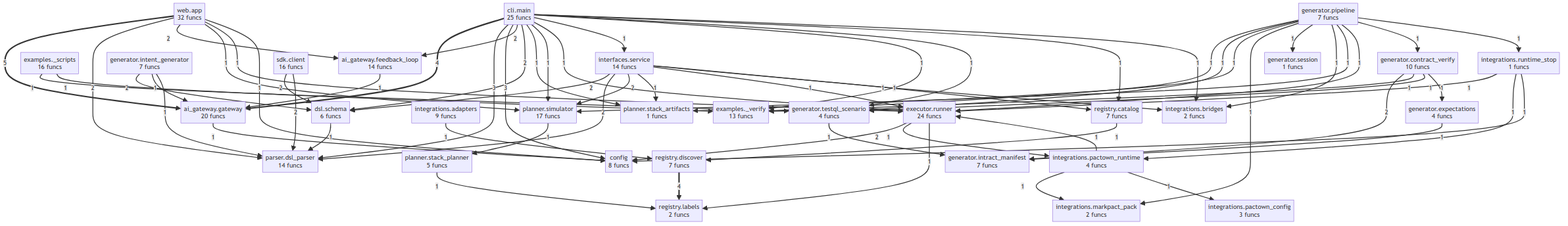
semcod/iterun keeps this Mermaid diagram as project/compact_flow.png. Above is the earlier version. Its source is kept beside it as project/compact_flow.mmd. Its diagram source:
```mermaid
flowchart TD
    ai_gateway__feedback_loop["ai_gateway.feedback_loop<br/>14 funcs"]
    ai_gateway__gateway["ai_gateway.gateway<br/>20 funcs"]
    cli__main["cli.main<br/>25 funcs"]
    config["config<br/>8 funcs"]
    dsl__schema["dsl.schema<br/>6 funcs"]
    examples___scripts["examples._scripts<br/>16 funcs"]
    examples___verify["examples._verify<br/>13 funcs"]
    executor__runner["executor.runner<br/>24 funcs"]
    generator__contract_verify["generator.contract_verify<br/>10 funcs"]
    generator__expectations["generator.expectations<br/>4 funcs"]
    generator__intent_generator["generator.intent_generator<br/>7 funcs"]
    generator__intract_manifest["generator.intract_manifest<br/>7 funcs"]
    generator__pipeline["generator.pipeline<br/>7 funcs"]
    generator__session["generator.session<br/>1 funcs"]
    generator__testql_scenario["generator.testql_scenario<br/>4 funcs"]
    integrations__adapters["integrations.adapters<br/>9 funcs"]
    integrations__bridges["integrations.bridges<br/>2 funcs"]
    integrations__markpact_pack["integrations.markpact_pack<br/>2 funcs"]
    integrations__pactown_config["integrations.pactown_config<br/>3 funcs"]
    integrations__pactown_runtime["integrations.pactown_runtime<br/>4 funcs"]
    integrations__runtime_stop["integrations.runtime_stop<br/>1 funcs"]
    interfaces__service["interfaces.service<br/>14 funcs"]
    parser__dsl_parser["parser.dsl_parser<br/>14 funcs"]
    planner__simulator["planner.simulator<br/>17 funcs"]
    planner__stack_artifacts["planner.stack_artifacts<br/>1 funcs"]
    planner__stack_planner["planner.stack_planner<br/>5 funcs"]
    registry__catalog["registry.catalog<br/>7 funcs"]
    registry__discover["registry.discover<br/>7 funcs"]
    registry__labels["registry.labels<br/>2 funcs"]
    sdk__client["sdk.client<br/>16 funcs"]
    web__app["web.app<br/>32 funcs"]
    web__app ==>|5| ai_gateway__gateway
    registry__discover ==>|4| registry__labels
    cli__main ==>|4| ai_gateway__gateway
    cli__main -->|3| parser__dsl_parser
    cli__main -->|3| config
    interfaces__service -->|2| dsl__schema
    interfaces__service -->|2| parser__dsl_parser
    interfaces__service -->|2| planner__simulator
    executor__runner -->|2| config
    sdk__client -->|2| dsl__schema
    sdk__client -->|2| parser__dsl_parser
    generator__contract_verify -->|2| generator__intract_manifest
    cli__main -->|2| ai_gateway__feedback_loop
    cli__main -->|2| dsl__schema
    generator__intent_generator -->|2| dsl__schema
    web__app -->|2| parser__dsl_parser
    web__app -->|2| ai_gateway__feedback_loop
    generator__expectations -->|1| generator__intract_manifest
    generator__testql_scenario -->|1| generator__intract_manifest
    examples___scripts -->|1| generator__testql_scenario
    examples___scripts -->|1| examples___verify
    ai_gateway__gateway -->|1| config
    ai_gateway__feedback_loop -->|1| ai_gateway__gateway
    planner__simulator -->|1| planner__stack_planner
    registry__catalog -->|1| registry__discover
    planner__stack_planner -->|1| registry__labels
    interfaces__service -->|1| planner__stack_artifacts
    interfaces__service -->|1| executor__runner
    interfaces__service -->|1| integrations__bridges
    interfaces__service -->|1| registry__catalog
    executor__runner -->|1| integrations__pactown_runtime
    executor__runner -->|1| registry__labels
    integrations__runtime_stop -->|1| executor__runner
    integrations__runtime_stop -->|1| integrations__pactown_runtime
    integrations__runtime_stop -->|1| config
    integrations__adapters -->|1| registry__discover
    integrations__pactown_runtime -->|1| executor__runner
    integrations__pactown_runtime -->|1| integrations__markpact_pack
    integrations__pactown_runtime -->|1| integrations__pactown_config
    generator__contract_verify -->|1| examples___verify
    generator__contract_verify -->|1| generator__testql_scenario
    generator__contract_verify -->|1| generator__expectations
    cli__main -->|1| planner__stack_artifacts
    cli__main -->|1| planner__simulator
    cli__main -->|1| executor__runner
    cli__main -->|1| interfaces__service
    cli__main -->|1| examples___verify
    cli__main -->|1| generator__testql_scenario
    cli__main -->|1| registry__catalog
    cli__main -->|1| integrations__bridges
    generator__intent_generator -->|1| ai_gateway__gateway
    generator__intent_generator -->|1| parser__dsl_parser
    generator__pipeline -->|1| examples___verify
    generator__pipeline -->|1| generator__testql_scenario
    generator__pipeline -->|1| planner__stack_artifacts
    generator__pipeline -->|1| integrations__markpact_pack
    generator__pipeline -->|1| generator__session
    generator__pipeline -->|1| integrations__bridges
    generator__pipeline -->|1| planner__simulator
    generator__pipeline -->|1| executor__runner
    generator__pipeline -->|1| generator__contract_verify
    generator__pipeline -->|1| integrations__runtime_stop
    dsl__schema -->|1| parser__dsl_parser
    web__app -->|1| planner__simulator
    web__app -->|1| executor__runner
    web__app -->|1| config
```
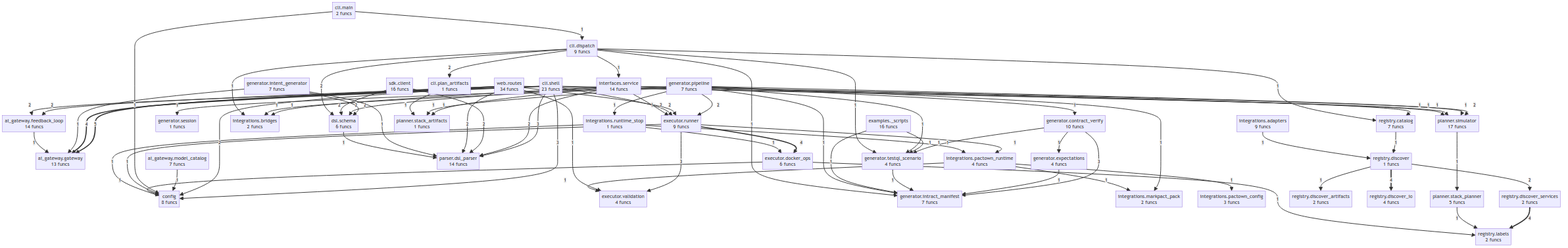
After the change.

Change to the diagram source:
```diff
@@ -1,12 +1,17 @@
 flowchart TD
     ai_gateway__feedback_loop["ai_gateway.feedback_loop<br/>14 funcs"]
-    ai_gateway__gateway["ai_gateway.gateway<br/>20 funcs"]
-    cli__main["cli.main<br/>25 funcs"]
+    ai_gateway__gateway["ai_gateway.gateway<br/>13 funcs"]
+    ai_gateway__model_catalog["ai_gateway.model_catalog<br/>7 funcs"]
+    cli__dispatch["cli.dispatch<br/>9 funcs"]
+    cli__main["cli.main<br/>2 funcs"]
+    cli__plan_artifacts["cli.plan_artifacts<br/>1 funcs"]
+    cli__shell["cli.shell<br/>23 funcs"]
     config["config<br/>8 funcs"]
     dsl__schema["dsl.schema<br/>6 funcs"]
     examples___scripts["examples._scripts<br/>16 funcs"]
-    examples___verify["examples._verify<br/>13 funcs"]
-    executor__runner["executor.runner<br/>24 funcs"]
+    executor__docker_ops["executor.docker_ops<br/>6 funcs"]
+    executor__runner["executor.runner<br/>9 funcs"]
+    executor__validation["executor.validation<br/>4 funcs"]
     generator__contract_verify["generator.contract_verify<br/>10 funcs"]
     generator__expectations["generator.expectations<br/>4 funcs"]
     generator__intent_generator["generator.intent_generator<br/>7 funcs"]
@@ -26,73 +31,85 @@
     planner__stack_artifacts["planner.stack_artifacts<br/>1 funcs"]
     planner__stack_planner["planner.stack_planner<br/>5 funcs"]
     registry__catalog["registry.catalog<br/>7 funcs"]
-    registry__discover["registry.discover<br/>7 funcs"]
+    registry__discover["registry.discover<br/>1 funcs"]
+    registry__discover_artifacts["registry.discover_artifacts<br/>2 funcs"]
+    registry__discover_io["registry.discover_io<br/>4 funcs"]
+    registry__discover_services["registry.discover_services<br/>2 funcs"]
     registry__labels["registry.labels<br/>2 funcs"]
     sdk__client["sdk.client<br/>16 funcs"]
-    web__app["web.app<br/>32 funcs"]
-    web__app ==>|5| ai_gateway__gateway
-    registry__discover ==>|4| registry__labels
-    cli__main ==>|4| ai_gateway__gateway
-    cli__main -->|3| parser__dsl_parser
-    cli__main -->|3| config
+    web__routes["web.routes<br/>34 funcs"]
+    web__routes ==>|5| ai_gateway__gateway
+    cli__shell ==>|4| ai_gateway__gateway
+    registry__discover_services ==>|4| registry__labels
+    registry__discover ==>|4| registry__discover_io
+    executor__runner ==>|4| executor__docker_ops
+    generator__contract_verify -->|3| generator__intract_manifest
+    cli__shell -->|3| parser__dsl_parser
+    cli__shell -->|3| config
+    executor__runner -->|3| executor__validation
+    generator__intent_generator -->|2| dsl__schema
     interfaces__service -->|2| dsl__schema
     interfaces__service -->|2| parser__dsl_parser
     interfaces__service -->|2| planner__simulator
-    executor__runner -->|2| config
     sdk__client -->|2| dsl__schema
     sdk__client -->|2| parser__dsl_parser
-    generator__contract_verify -->|2| generator__intract_manifest
-    cli__main -->|2| ai_gateway__feedback_loop
-    cli__main -->|2| dsl__schema
-    generator__intent_generator -->|2| dsl__schema
-    web__app -->|2| parser__dsl_parser
-    web__app -->|2| ai_gateway__feedback_loop
+    generator__pipeline -->|2| executor__runner
+    web__routes -->|2| ai_gateway__feedback_loop
+    web__routes -->|2| parser__dsl_parser
+    web__routes -->|2| executor__runner
+    web__routes -->|2| config
+    cli__dispatch -->|2| dsl__schema
+    cli__dispatch -->|2| cli__plan_artifacts
+    cli__shell -->|2| executor__runner
+    cli__shell -->|2| ai_gateway__feedback_loop
+    registry__discover -->|2| registry__discover_services
     generator__expectations -->|1| generator__intract_manifest
+    generator__intent_generator -->|1| ai_gateway__gateway
+    generator__intent_generator -->|1| parser__dsl_parser
     generator__testql_scenario -->|1| generator__intract_manifest
+    generator__contract_verify -->|1| generator__testql_scenario
+    generator__contract_verify -->|1| generator__expectations
     examples___scripts -->|1| generator__testql_scenario
-    examples___scripts -->|1| examples___verify
-    ai_gateway__gateway -->|1| config
-    ai_gateway__feedback_loop -->|1| ai_gateway__gateway
+    examples___scripts -->|1| generator__intract_manifest
+    planner__stack_planner -->|1| registry__labels
     planner__simulator -->|1| planner__stack_planner
     registry__catalog -->|1| registry__discover
-    planner__stack_planner -->|1| registry__labels
     interfaces__service -->|1| planner__stack_artifacts
     interfaces__service -->|1| executor__runner
     interfaces__service -->|1| integrations__bridges
     interfaces__service -->|1| registry__catalog
-    executor__runner -->|1| integrations__pactown_runtime
-    executor__runner -->|1| registry__labels
-    integrations__runtime_stop -->|1| executor__runner
-    integrations__runtime_stop -->|1| integrations__pactown_runtime
-    integrations__runtime_stop -->|1| config
     integrations__adapters -->|1| registry__discover
-    integrations__pactown_runtime -->|1| executor__runner
-    integrations__pactown_runtime -->|1| integrations__markpact_pack
-    integrations__pactown_runtime -->|1| integrations__pactown_config
-    generator__contract_verify -->|1| examples___verify
-    generator__contract_verify -->|1| generator__testql_scenario
-    generator__contract_verify -->|1| generator__expectations
-    cli__main -->|1| planner__stack_artifacts
-    cli__main -->|1| planner__simulator
-    cli__main -->|1| executor__runner
-    cli__main -->|1| interfaces__service
-    cli__main -->|1| examples___verify
-    cli__main -->|1| generator__testql_scenario
-    cli__main -->|1| registry__catalog
-    cli__main -->|1| integrations__bridges
-    generator__intent_generator -->|1| ai_gateway__gateway
-    generator__intent_generator -->|1| parser__dsl_parser
-    generator__pipeline -->|1| examples___verify
+    dsl__schema -->|1| parser__dsl_parser
+    generator__pipeline -->|1| generator__intract_manifest
     generator__pipeline -->|1| generator__testql_scenario
     generator__pipeline -->|1| planner__stack_artifacts
     generator__pipeline -->|1| integrations__markpact_pack
     generator__pipeline -->|1| generator__session
     generator__pipeline -->|1| integrations__bridges
     generator__pipeline -->|1| planner__simulator
-    generator__pipeline -->|1| executor__runner
     generator__pipeline -->|1| generator__contract_verify
     generator__pipeline -->|1| integrations__runtime_stop
-    dsl__schema -->|1| parser__dsl_parser
-    web__app -->|1| planner__simulator
-    web__app -->|1| executor__runner
-    web__app -->|1| config
+    web__routes -->|1| planner__simulator
+    web__routes -->|1| executor__validation
+    ai_gateway__model_catalog -->|1| config
+    ai_gateway__feedback_loop -->|1| ai_gateway__gateway
+    cli__plan_artifacts -->|1| planner__stack_artifacts
+    cli__dispatch -->|1| interfaces__service
+    cli__dispatch -->|1| generator__intract_manifest
+    cli__dispatch -->|1| generator__testql_scenario
+    cli__dispatch -->|1| integrations__bridges
+    cli__dispatch -->|1| registry__catalog
+    cli__shell -->|1| planner__simulator
+    cli__main -->|1| cli__dispatch
+    cli__main -->|1| config
+    registry__discover -->|1| registry__discover_artifacts
+    executor__runner -->|1| config
+    executor__runner -->|1| integrations__pactown_runtime
+    executor__docker_ops -->|1| config
+    executor__docker_ops -->|1| registry__labels
+    integrations__pactown_runtime -->|1| executor__validation
+    integrations__pactown_runtime -->|1| integrations__markpact_pack
+    integrations__pactown_runtime -->|1| integrations__pactown_config
+    integrations__runtime_stop -->|1| executor__docker_ops
+    integrations__runtime_stop -->|1| integrations__pactown_runtime
+    integrations__runtime_stop -->|1| config
```
